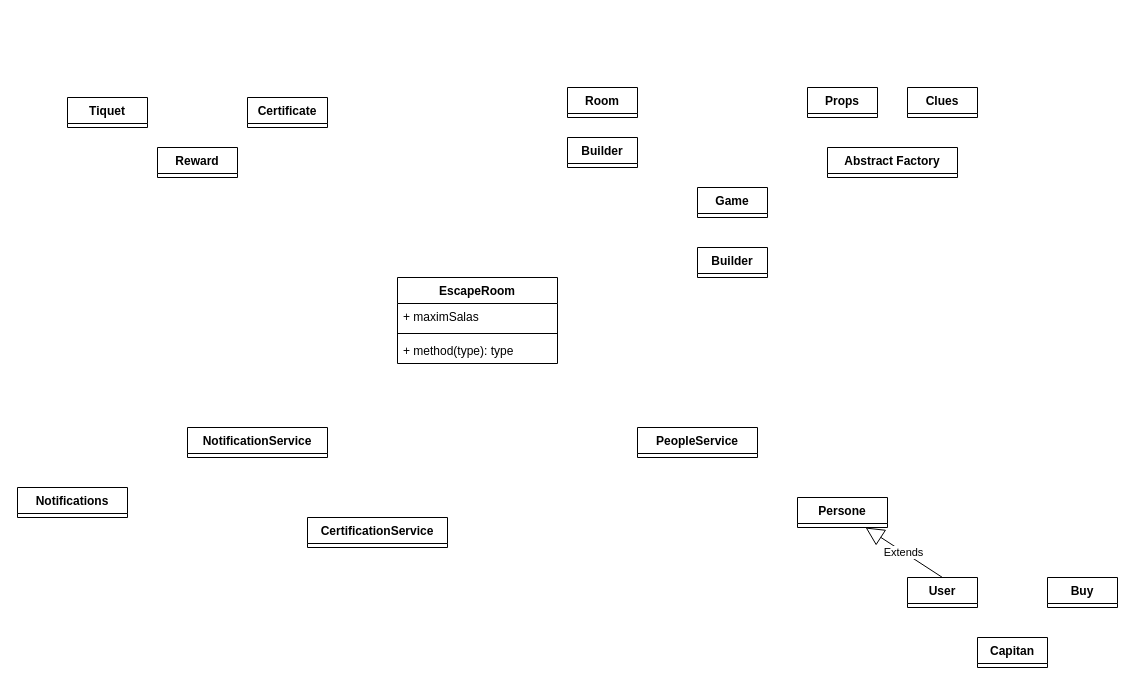
Cinsara/DevelopersTeam_ScapeRoom keeps this draw.io diagram as page "UML_FLOW" (1 of 7) of Escape-Room-UML.drawio. Above is the earlier version. Source tidied: cells renumbered, new cells numbered last; positions are measured from the earlier drawing's top-left corner, leaving out a move shared by most shapes. Both pictures are drawn from the tidied source at 100%, with x=0, y=0 at pixel (17, 87).
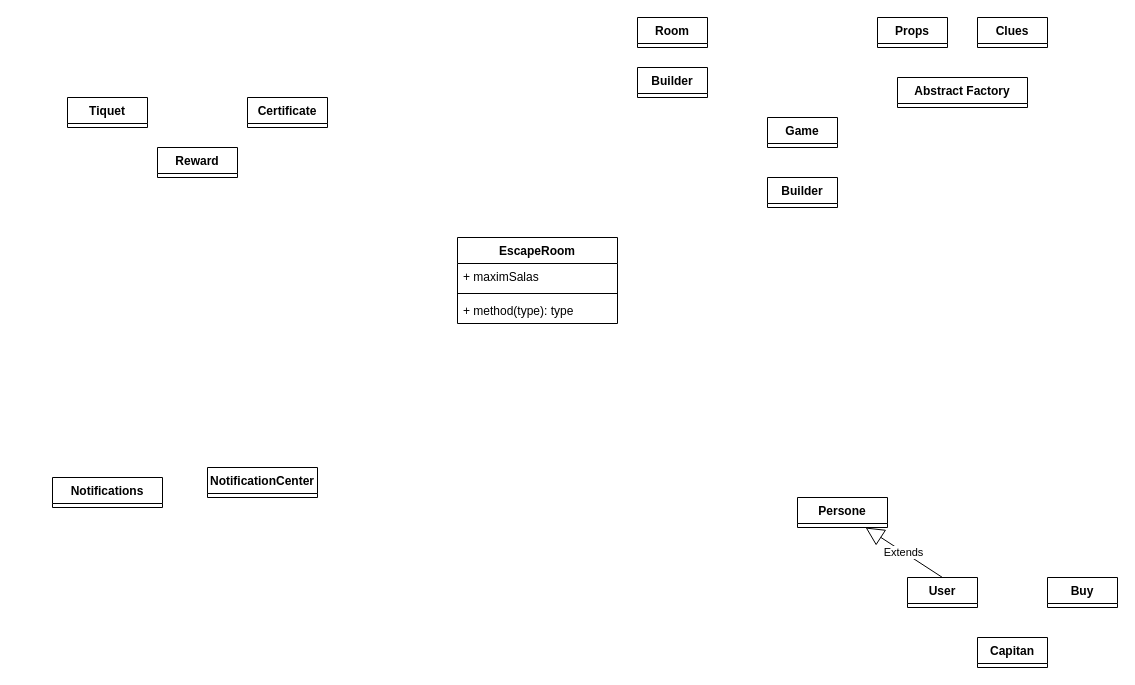
The same diagram, later.

The edit, as a diff of the source:
```diff
@@
     <mxCell id="2" value="Room" style="swimlane;fontStyle=1;align=center;verticalAlign=top;horizontal=1;startSize=26;whiteSpace=wrap;html=1;" parent="1" vertex="1" collapsed="1">
-      <mxGeometry x="550" width="70" height="30" as="geometry" />
+      <mxGeometry x="620" y="-70" width="70" height="30" as="geometry" />
     </mxCell>
     <mxCell id="3" value="EscapeRoom" style="swimlane;fontStyle=1;align=center;verticalAlign=top;horizontal=1;startSize=26;whiteSpace=wrap;html=1;" parent="1" vertex="1">
-      <mxGeometry x="380" y="190" width="160" height="86" as="geometry" />
+      <mxGeometry x="440" y="150" width="160" height="86" as="geometry" />
     </mxCell>
@@
     <mxCell id="7" value="Clues" style="swimlane;fontStyle=1;align=center;verticalAlign=top;horizontal=1;startSize=26;whiteSpace=wrap;html=1;" parent="1" vertex="1" collapsed="1">
-      <mxGeometry x="890" width="70" height="30" as="geometry" />
+      <mxGeometry x="960" y="-70" width="70" height="30" as="geometry" />
     </mxCell>
     <mxCell id="8" value="Props" style="swimlane;fontStyle=1;align=center;verticalAlign=top;horizontal=1;startSize=26;whiteSpace=wrap;html=1;" parent="1" vertex="1" collapsed="1">
-      <mxGeometry x="790" width="70" height="30" as="geometry" />
+      <mxGeometry x="860" y="-70" width="70" height="30" as="geometry" />
     </mxCell>
@@
-    <mxCell id="12" value="NotificationService" style="swimlane;fontStyle=1;align=center;verticalAlign=top;horizontal=1;startSize=26;whiteSpace=wrap;html=1;" parent="1" vertex="1" collapsed="1">
-      <mxGeometry x="170" y="340" width="140" height="30" as="geometry" />
-    </mxCell>
-    <mxCell id="13" value="PeopleService" style="swimlane;fontStyle=1;align=center;verticalAlign=top;horizontal=1;startSize=26;whiteSpace=wrap;html=1;" parent="1" vertex="1" collapsed="1">
-      <mxGeometry x="620" y="340" width="120" height="30" as="geometry" />
-    </mxCell>
     <mxCell id="14" value="Game" style="swimlane;fontStyle=1;align=center;verticalAlign=top;horizontal=1;startSize=26;whiteSpace=wrap;html=1;" parent="1" vertex="1" collapsed="1">
-      <mxGeometry x="680" y="100" width="70" height="30" as="geometry" />
+      <mxGeometry x="750" y="30" width="70" height="30" as="geometry" />
     </mxCell>
-    <mxCell id="15" value="CertificationService" style="swimlane;fontStyle=1;align=center;verticalAlign=top;horizontal=1;startSize=26;whiteSpace=wrap;html=1;" parent="1" vertex="1" collapsed="1">
-      <mxGeometry x="290" y="430" width="140" height="30" as="geometry" />
-    </mxCell>
     <mxCell id="16" value="Notifications" style="swimlane;fontStyle=1;align=center;verticalAlign=top;horizontal=1;startSize=26;whiteSpace=wrap;html=1;" parent="1" vertex="1" collapsed="1">
-      <mxGeometry y="400" width="110" height="30" as="geometry" />
+      <mxGeometry x="35" y="390" width="110" height="30" as="geometry" />
     </mxCell>
     <mxCell id="17" value="Abstract Factory" style="swimlane;fontStyle=1;align=center;verticalAlign=top;horizontal=1;startSize=26;whiteSpace=wrap;html=1;" parent="1" vertex="1" collapsed="1">
-      <mxGeometry x="810" y="60" width="130" height="30" as="geometry" />
+      <mxGeometry x="880" y="-10" width="130" height="30" as="geometry" />
     </mxCell>
     <mxCell id="18" value="Builder" style="swimlane;fontStyle=1;align=center;verticalAlign=top;horizontal=1;startSize=26;whiteSpace=wrap;html=1;" parent="1" vertex="1" collapsed="1">
-      <mxGeometry x="550" y="50" width="70" height="30" as="geometry" />
+      <mxGeometry x="620" y="-20" width="70" height="30" as="geometry" />
     </mxCell>
     <mxCell id="19" value="Builder" style="swimlane;fontStyle=1;align=center;verticalAlign=top;horizontal=1;startSize=26;whiteSpace=wrap;html=1;" parent="1" vertex="1" collapsed="1">
-      <mxGeometry x="680" y="160" width="70" height="30" as="geometry" />
+      <mxGeometry x="750" y="90" width="70" height="30" as="geometry" />
     </mxCell>
@@
+    <mxCell id="25" value="NotificationCenter" style="swimlane;fontStyle=1;align=center;verticalAlign=top;horizontal=1;startSize=26;whiteSpace=wrap;html=1;" parent="1" vertex="1" collapsed="1">
+      <mxGeometry x="190" y="380" width="110" height="30" as="geometry" />
+    </mxCell>
```
